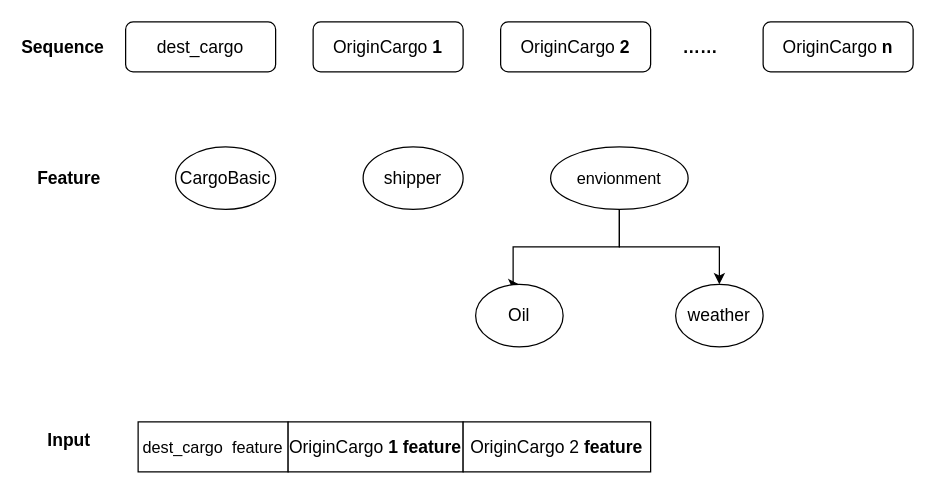
accusenine/Deep-Learning-Coursera keeps this draw.io diagram as Untitled Diagram.drawio. Above is the earlier version. Source tidied: cells renumbered, new cells numbered last; positions are measured from the earlier drawing's top-left corner, leaving out a move shared by most shapes. Both pictures are drawn from the tidied source at 125%, with x=0, y=0 at pixel (25, 21).
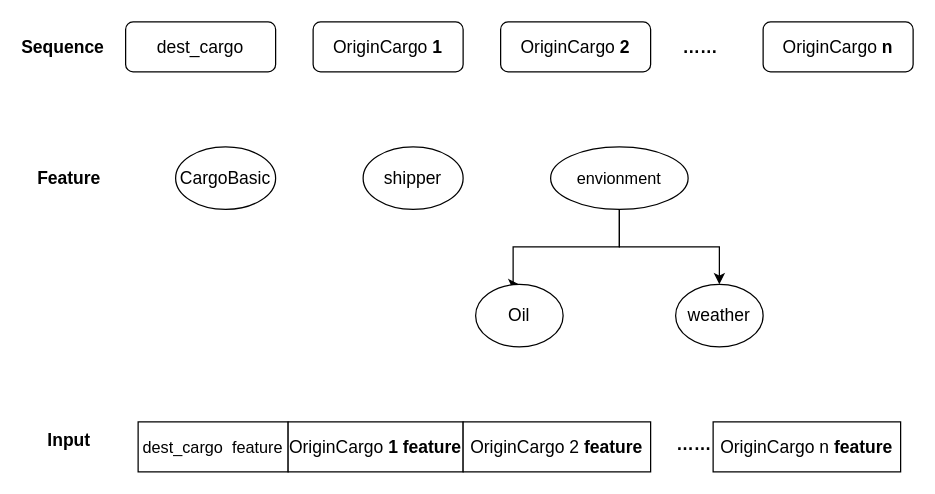
The same diagram, later.

Diff of the diagram source:
```diff
@@
+    <mxCell id="20" value="&lt;b style=&quot;font-size: 14px;&quot;&gt;……&lt;/b&gt;" style="text;html=1;strokeColor=none;fillColor=none;align=center;verticalAlign=middle;whiteSpace=wrap;rounded=0;fontSize=14;" parent="1" vertex="1">
+      <mxGeometry x="500" y="325" width="70" height="25" as="geometry" />
+    </mxCell>
+    <mxCell id="21" value="&lt;span style=&quot;font-size: 14px&quot;&gt;OriginCargo n&lt;/span&gt;&lt;b style=&quot;font-size: 14px&quot;&gt;&amp;nbsp;feature&lt;/b&gt;" style="rounded=0;whiteSpace=wrap;html=1;fontSize=13;fillColor=default;gradientColor=none;" parent="1" vertex="1">
+      <mxGeometry x="550" y="320" width="150" height="40" as="geometry" />
+    </mxCell>
```
